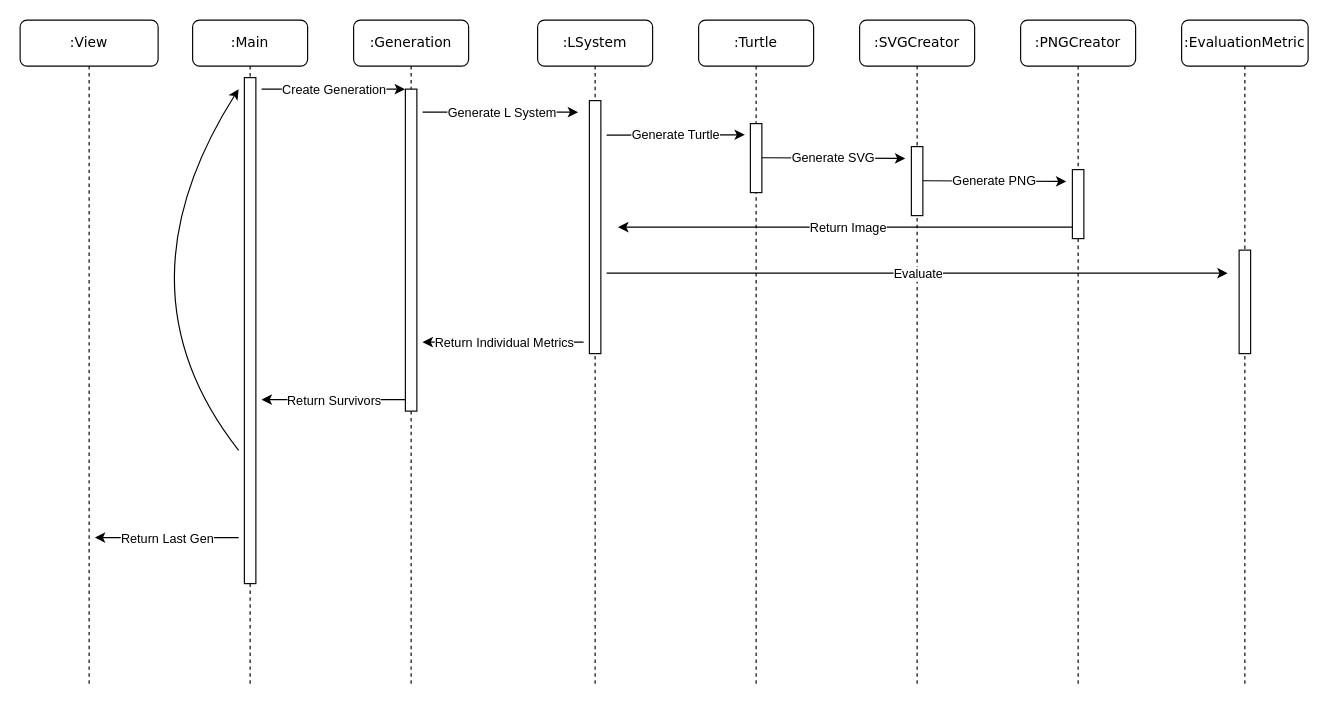
Earlier version of the draw.io diagram Diagramas/SSS-Sequencia.drawio (oihugu/EV-Plants-Simpler). Source tidied: cells renumbered, new cells numbered last; positions are measured from the earlier drawing's top-left corner, leaving out a move shared by most shapes. Both pictures are drawn from the tidied source at 115%, with x=0, y=0 at pixel (20, 20).
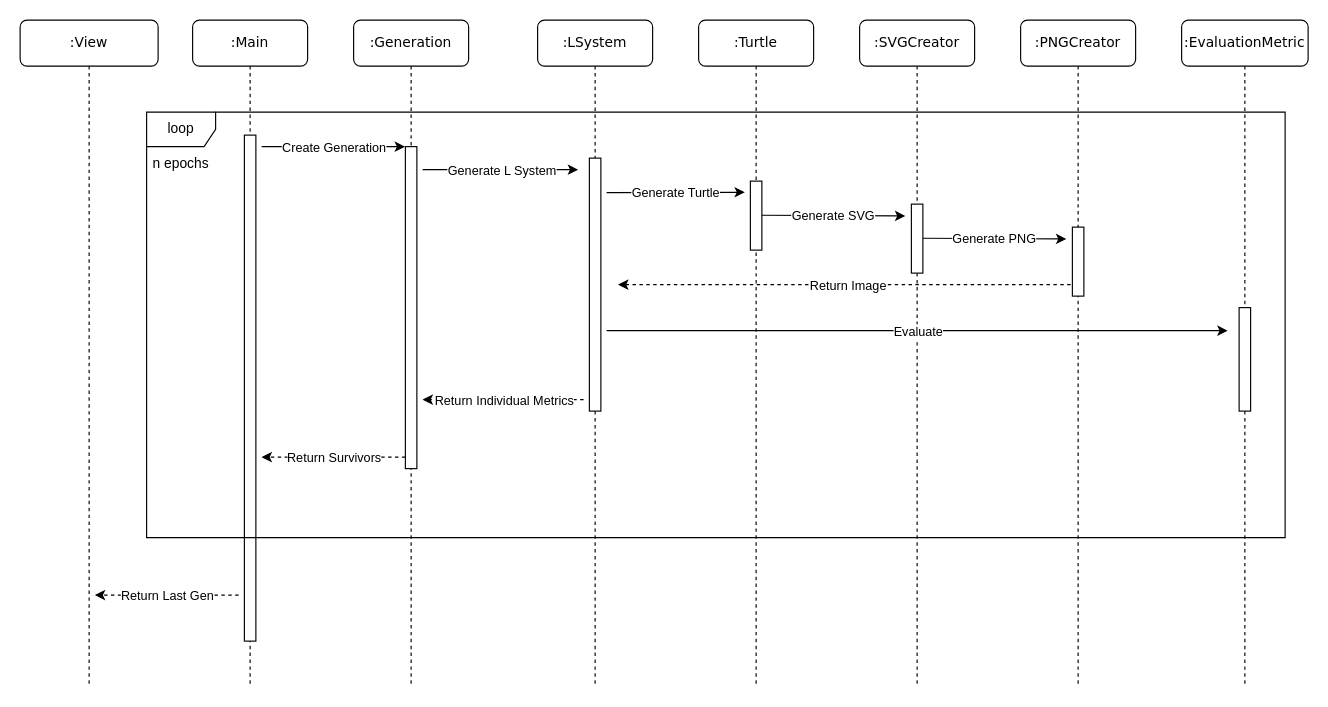
The same page after the edit.

Unchanged cells that the change refers to:
```xml
<mxCell id="2" value=":Generation" style="shape=umlLifeline;perimeter=lifelinePerimeter;whiteSpace=wrap;html=1;rounded=1;shadow=0;comic=0;labelBackgroundColor=none;strokeWidth=1;fontFamily=Verdana;fontSize=12;align=center;" parent="1" vertex="1">
  <mxGeometry x="290" width="100" height="580" as="geometry" />
</mxCell>
<mxCell id="4" value=":LSystem" style="shape=umlLifeline;perimeter=lifelinePerimeter;whiteSpace=wrap;html=1;rounded=1;shadow=0;comic=0;labelBackgroundColor=none;strokeWidth=1;fontFamily=Verdana;fontSize=12;align=center;" parent="1" vertex="1">
  <mxGeometry x="450" width="100" height="580" as="geometry" />
</mxCell>
<mxCell id="12" value=":Turtle" style="shape=umlLifeline;perimeter=lifelinePerimeter;whiteSpace=wrap;html=1;rounded=1;shadow=0;comic=0;labelBackgroundColor=none;strokeWidth=1;fontFamily=Verdana;fontSize=12;align=center;" parent="1" vertex="1">
  <mxGeometry x="590" width="100" height="580" as="geometry" />
</mxCell>
<mxCell id="16" value=":SVGCreator" style="shape=umlLifeline;perimeter=lifelinePerimeter;whiteSpace=wrap;html=1;rounded=1;shadow=0;comic=0;labelBackgroundColor=none;strokeWidth=1;fontFamily=Verdana;fontSize=12;align=center;" parent="1" vertex="1">
  <mxGeometry x="730" width="100" height="580" as="geometry" />
</mxCell>
<mxCell id="20" value=":PNGCreator" style="shape=umlLifeline;perimeter=lifelinePerimeter;whiteSpace=wrap;html=1;outlineConnect=0;rounded=1;shadow=0;comic=0;labelBackgroundColor=none;strokeWidth=1;fontFamily=Verdana;fontSize=12;align=center;" parent="1" vertex="1">
  <mxGeometry x="870" width="100" height="580" as="geometry" />
</mxCell>
<mxCell id="24" value=":EvaluationMetric" style="shape=umlLifeline;perimeter=lifelinePerimeter;whiteSpace=wrap;html=1;rounded=1;shadow=0;comic=0;labelBackgroundColor=none;strokeWidth=1;fontFamily=Verdana;fontSize=12;align=center;" parent="1" vertex="1">
  <mxGeometry x="1010" width="110" height="580" as="geometry" />
</mxCell>
<mxCell id="26" value=":Main" style="shape=umlLifeline;perimeter=lifelinePerimeter;whiteSpace=wrap;html=1;rounded=1;shadow=0;comic=0;labelBackgroundColor=none;strokeWidth=1;fontFamily=Verdana;fontSize=12;align=center;" parent="1" vertex="1">
  <mxGeometry x="150" width="100" height="580" as="geometry" />
</mxCell>
<mxCell id="35" value=":View" style="shape=umlLifeline;perimeter=lifelinePerimeter;whiteSpace=wrap;html=1;rounded=1;shadow=0;comic=0;labelBackgroundColor=none;strokeWidth=1;fontFamily=Verdana;fontSize=12;align=center;" parent="1" vertex="1">
  <mxGeometry width="120" height="580" as="geometry" />
</mxCell>
```

Diff of the diagram source:
```diff
@@
     <mxCell id="3" style="html=1;points=[];perimeter=orthogonalPerimeter;rounded=0;shadow=0;comic=0;labelBackgroundColor=none;strokeWidth=1;fontFamily=Verdana;fontSize=12;align=center;" parent="2" vertex="1">
-      <mxGeometry x="45" y="60" width="10" height="280" as="geometry" />
+      <mxGeometry x="45" y="110" width="10" height="280" as="geometry" />
     </mxCell>
@@
     <mxCell id="5" style="endArrow=classic;html=1;rounded=0;entryX=-0.033;entryY=0;entryDx=0;entryDy=0;entryPerimeter=0;" parent="4" edge="1">
       <mxGeometry relative="1" as="geometry">
-        <mxPoint x="-100" y="80" as="sourcePoint" />
-        <mxPoint x="35.2" y="80" as="targetPoint" />
+        <mxPoint x="-100" y="130" as="sourcePoint" />
+        <mxPoint x="35.2" y="130" as="targetPoint" />
       </mxGeometry>
     </mxCell>
@@
     <mxCell id="7" style="endArrow=classic;html=1;rounded=0;entryX=-0.033;entryY=0;entryDx=0;entryDy=0;entryPerimeter=0;" parent="4" edge="1">
       <mxGeometry relative="1" as="geometry">
-        <mxPoint x="60" y="100" as="sourcePoint" />
-        <mxPoint x="180.2" y="99.7" as="targetPoint" />
+        <mxPoint x="60" y="150" as="sourcePoint" />
+        <mxPoint x="180.2" y="149.7" as="targetPoint" />
       </mxGeometry>
     </mxCell>
@@
-    <mxCell id="9" style="endArrow=classic;html=1;rounded=0;" parent="4" edge="1" source="20">
+    <mxCell id="9" style="endArrow=classic;html=1;rounded=0;dashed=1;" parent="4" edge="1">
       <mxGeometry relative="1" as="geometry">
-        <mxPoint x="70" y="180" as="targetPoint" />
+        <mxPoint x="469.5" y="230" as="sourcePoint" />
+        <mxPoint x="70" y="230" as="targetPoint" />
         <Array as="points">
-          <mxPoint x="70" y="180" />
+          <mxPoint x="70" y="230" />
         </Array>
       </mxGeometry>
     </mxCell>
@@
     <mxCell id="11" style="html=1;perimeter=orthogonalPerimeter;rounded=0;shadow=0;comic=0;labelBackgroundColor=none;strokeWidth=1;fontFamily=Verdana;fontSize=12;align=center;" parent="4" vertex="1">
-      <mxGeometry x="45" y="70" width="10" height="220" as="geometry" />
+      <mxGeometry x="45" y="120" width="10" height="220" as="geometry" />
     </mxCell>
@@
     <mxCell id="13" style="html=1;perimeter=orthogonalPerimeter;rounded=0;shadow=0;comic=0;labelBackgroundColor=none;strokeWidth=1;fontFamily=Verdana;fontSize=12;align=center;" parent="12" vertex="1">
-      <mxGeometry x="45" y="90" width="10" height="60" as="geometry" />
+      <mxGeometry x="45" y="140" width="10" height="60" as="geometry" />
     </mxCell>
     <mxCell id="14" style="endArrow=classic;html=1;rounded=0;entryX=-0.033;entryY=0;entryDx=0;entryDy=0;entryPerimeter=0;exitX=1.048;exitY=0.483;exitDx=0;exitDy=0;exitPerimeter=0;" parent="12" edge="1">
       <mxGeometry relative="1" as="geometry">
-        <mxPoint x="55" y="119.7" as="sourcePoint" />
-        <mxPoint x="179.7" y="120.3" as="targetPoint" />
+        <mxPoint x="55" y="169.7" as="sourcePoint" />
+        <mxPoint x="179.7" y="170.3" as="targetPoint" />
       </mxGeometry>
     </mxCell>
@@
     <mxCell id="17" style="html=1;perimeter=orthogonalPerimeter;rounded=0;shadow=0;comic=0;labelBackgroundColor=none;strokeWidth=1;fontFamily=Verdana;fontSize=12;align=center;" parent="16" vertex="1">
-      <mxGeometry x="45" y="110" width="10" height="60" as="geometry" />
+      <mxGeometry x="45" y="160" width="10" height="60" as="geometry" />
     </mxCell>
     <mxCell id="18" style="endArrow=classic;html=1;rounded=0;" parent="16" edge="1">
       <mxGeometry relative="1" as="geometry">
-        <mxPoint x="-220" y="220" as="sourcePoint" />
-        <mxPoint x="320" y="220" as="targetPoint" />
+        <mxPoint x="-220" y="270" as="sourcePoint" />
+        <mxPoint x="320" y="270" as="targetPoint" />
         <Array as="points">
-          <mxPoint x="-190" y="220" />
-          <mxPoint x="320" y="220" />
+          <mxPoint x="-190" y="270" />
+          <mxPoint x="320" y="270" />
         </Array>
       </mxGeometry>
     </mxCell>
@@
     <mxCell id="21" style="html=1;perimeter=orthogonalPerimeter;rounded=0;shadow=0;comic=0;labelBackgroundColor=none;strokeWidth=1;fontFamily=Verdana;fontSize=12;align=center;" parent="20" vertex="1">
-      <mxGeometry x="45" y="130" width="10" height="60" as="geometry" />
+      <mxGeometry x="45" y="180" width="10" height="60" as="geometry" />
     </mxCell>
     <mxCell id="22" style="endArrow=classic;html=1;rounded=0;entryX=-0.033;entryY=0;entryDx=0;entryDy=0;entryPerimeter=0;exitX=1.048;exitY=0.483;exitDx=0;exitDy=0;exitPerimeter=0;" parent="20" edge="1">
       <mxGeometry relative="1" as="geometry">
-        <mxPoint x="-85" y="139.7" as="sourcePoint" />
-        <mxPoint x="39.7" y="140.3" as="targetPoint" />
+        <mxPoint x="-85" y="189.7" as="sourcePoint" />
+        <mxPoint x="39.7" y="190.3" as="targetPoint" />
       </mxGeometry>
     </mxCell>
@@
     <mxCell id="25" style="html=1;perimeter=orthogonalPerimeter;rounded=0;shadow=0;comic=0;labelBackgroundColor=none;strokeWidth=1;fontFamily=Verdana;fontSize=12;align=center;" parent="24" vertex="1">
-      <mxGeometry x="50" y="200" width="10" height="90" as="geometry" />
+      <mxGeometry x="50" y="250" width="10" height="90" as="geometry" />
     </mxCell>
@@
     <mxCell id="27" style="html=1;perimeter=orthogonalPerimeter;rounded=0;shadow=0;comic=0;labelBackgroundColor=none;strokeWidth=1;fontFamily=Verdana;fontSize=12;align=center;" parent="26" vertex="1">
-      <mxGeometry x="45" y="50" width="10" height="440" as="geometry" />
+      <mxGeometry x="45" y="100" width="10" height="440" as="geometry" />
     </mxCell>
-    <mxCell id="28" style="endArrow=classic;html=1;rounded=0;" parent="26" edge="1">
+    <mxCell id="28" style="endArrow=classic;html=1;rounded=0;dashed=1;" parent="26" edge="1">
       <mxGeometry relative="1" as="geometry">
-        <mxPoint x="185" y="330" as="sourcePoint" />
-        <mxPoint x="60" y="330" as="targetPoint" />
+        <mxPoint x="185" y="380" as="sourcePoint" />
+        <mxPoint x="60" y="380" as="targetPoint" />
       </mxGeometry>
     </mxCell>
@@
     <mxCell id="30" style="endArrow=classic;html=1;rounded=0;entryX=-0.033;entryY=0;entryDx=0;entryDy=0;entryPerimeter=0;" parent="1" edge="1" target="3">
       <mxGeometry relative="1" as="geometry">
-        <mxPoint x="210" y="60" as="sourcePoint" />
+        <mxPoint x="210" y="110" as="sourcePoint" />
       </mxGeometry>
     </mxCell>
@@
-    <mxCell id="32" style="endArrow=classic;html=1;rounded=0;" parent="1" edge="1">
+    <mxCell id="32" style="endArrow=classic;html=1;rounded=0;dashed=1;" parent="1" edge="1">
       <mxGeometry relative="1" as="geometry">
-        <mxPoint x="490" y="280" as="sourcePoint" />
-        <mxPoint x="350" y="280" as="targetPoint" />
+        <mxPoint x="490" y="330" as="sourcePoint" />
+        <mxPoint x="350" y="330" as="targetPoint" />
         <Array as="points">
-          <mxPoint x="350" y="280" />
+          <mxPoint x="350" y="330" />
         </Array>
       </mxGeometry>
     </mxCell>
@@
-    <mxCell id="34" style="curved=1;endArrow=classic;html=1;rounded=0;" parent="1" edge="1">
-      <mxGeometry relative="1" as="geometry">
-        <mxPoint x="190" y="374.1" as="sourcePoint" />
-        <mxPoint x="190" y="60" as="targetPoint" />
-        <Array as="points">
-          <mxPoint x="80" y="234.1" />
-        </Array>
-      </mxGeometry>
-    </mxCell>
@@
-    <mxCell id="36" style="endArrow=classic;html=1;rounded=0;" parent="35" edge="1">
+    <mxCell id="36" style="endArrow=classic;html=1;rounded=0;dashed=1;" parent="35" edge="1">
       <mxGeometry relative="1" as="geometry">
-        <mxPoint x="190" y="450" as="sourcePoint" />
-        <mxPoint x="65" y="450" as="targetPoint" />
+        <mxPoint x="190" y="500" as="sourcePoint" />
+        <mxPoint x="65" y="500" as="targetPoint" />
         <Array as="points">
-          <mxPoint x="65" y="450" />
+          <mxPoint x="65" y="500" />
         </Array>
       </mxGeometry>
     </mxCell>
@@
+    <mxCell id="38" value="loop" style="shape=umlFrame;whiteSpace=wrap;html=1;" parent="1" vertex="1">
+      <mxGeometry x="110" y="80" width="990" height="370" as="geometry" />
+    </mxCell>
+    <mxCell id="39" value="n epochs" style="text;html=1;strokeColor=none;fillColor=none;align=center;verticalAlign=middle;whiteSpace=wrap;rounded=0;" parent="1" vertex="1">
+      <mxGeometry x="110" y="110" width="60" height="30" as="geometry" />
+    </mxCell>
```
